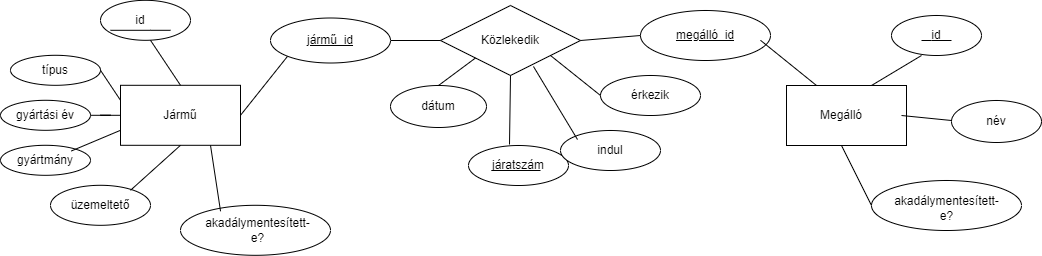
This is er_modell.png from NagyAdamA/adatbazis_proj, a draw.io export, as it was before one commit. Source tidied: cells renumbered, new cells last; positions are measured from the earlier drawing's top-left corner, leaving out a move shared by most shapes. Its diagram source:
```xml
<mxGraphModel>
  <root>
    <mxCell id="0" />
    <mxCell id="1" parent="0" />
    <mxCell id="2" style="ellipse;whiteSpace=wrap;html=1;" parent="1" vertex="1">
      <mxGeometry x="100" y="-0.2" width="90" height="40" as="geometry" />
    </mxCell>
    <mxCell id="3" style="rhombus;whiteSpace=wrap;html=1;" parent="1" vertex="1">
      <mxGeometry x="440" y="5" width="140" height="70" as="geometry" />
    </mxCell>
    <mxCell id="4" value="&lt;div&gt;Közlekedik&lt;br&gt;&lt;/div&gt;" style="text;html=1;align=center;verticalAlign=middle;whiteSpace=wrap;rounded=0;" parent="1" vertex="1">
      <mxGeometry x="480" y="25" width="60" height="30" as="geometry" />
    </mxCell>
    <mxCell id="5" style="rounded=0;whiteSpace=wrap;html=1;" parent="1" vertex="1">
      <mxGeometry x="120" y="84.8" width="120" height="60" as="geometry" />
    </mxCell>
    <mxCell id="6" style="rounded=0;whiteSpace=wrap;html=1;" parent="1" vertex="1">
      <mxGeometry x="786" y="85" width="120" height="60" as="geometry" />
    </mxCell>
    <mxCell id="7" value="Jármű" style="text;html=1;align=center;verticalAlign=middle;whiteSpace=wrap;rounded=0;" parent="1" vertex="1">
      <mxGeometry x="150" y="99.8" width="60" height="30" as="geometry" />
    </mxCell>
    <mxCell id="8" value="Megálló" style="text;html=1;align=center;verticalAlign=middle;whiteSpace=wrap;rounded=0;" parent="1" vertex="1">
      <mxGeometry x="811" y="100" width="60" height="30" as="geometry" />
    </mxCell>
    <mxCell id="9" style="endArrow=none;html=1;rounded=0;exitX=1;exitY=0.5;exitDx=0;exitDy=0;entryX=0;entryY=1;entryDx=0;entryDy=0;" parent="1" edge="1" source="5" target="49">
      <mxGeometry relative="1" as="geometry" />
    </mxCell>
    <mxCell id="10" style="ellipse;whiteSpace=wrap;html=1;" parent="1" vertex="1">
      <mxGeometry x="468" y="145" width="100" height="40" as="geometry" />
    </mxCell>
    <mxCell id="11" value="járatszám" style="text;html=1;align=center;verticalAlign=middle;whiteSpace=wrap;rounded=0;" parent="1" vertex="1">
      <mxGeometry x="488" y="150" width="60" height="30" as="geometry" />
    </mxCell>
    <mxCell id="12" value="típus" style="ellipse;whiteSpace=wrap;html=1;" parent="1" vertex="1">
      <mxGeometry x="10" y="54.8" width="90" height="30" as="geometry" />
    </mxCell>
    <mxCell id="13" value="gyártmány" style="ellipse;whiteSpace=wrap;html=1;" parent="1" vertex="1">
      <mxGeometry y="144.8" width="90" height="30" as="geometry" />
    </mxCell>
    <mxCell id="14" style="ellipse;whiteSpace=wrap;html=1;" parent="1" vertex="1">
      <mxGeometry x="50" y="184.8" width="100" height="40" as="geometry" />
    </mxCell>
    <mxCell id="15" value="üzemeltető" style="text;html=1;align=center;verticalAlign=middle;whiteSpace=wrap;rounded=0;" parent="1" vertex="1">
      <mxGeometry x="70" y="189.8" width="60" height="30" as="geometry" />
    </mxCell>
    <mxCell id="16" style="endArrow=none;html=1;rounded=0;entryX=0;entryY=0.25;entryDx=0;entryDy=0;" parent="1" edge="1" target="5">
      <mxGeometry relative="1" as="geometry">
        <mxPoint x="100" y="69.8" as="sourcePoint" />
      </mxGeometry>
    </mxCell>
    <mxCell id="17" style="endArrow=none;html=1;rounded=0;entryX=0;entryY=0.75;entryDx=0;entryDy=0;exitX=0.787;exitY=0.189;exitDx=0;exitDy=0;exitPerimeter=0;" parent="1" edge="1" source="13" target="5">
      <mxGeometry relative="1" as="geometry" />
    </mxCell>
    <mxCell id="18" style="endArrow=none;html=1;rounded=0;entryX=0.5;entryY=1;entryDx=0;entryDy=0;" parent="1" edge="1" target="5">
      <mxGeometry relative="1" as="geometry">
        <mxPoint x="130" y="189.8" as="sourcePoint" />
      </mxGeometry>
    </mxCell>
    <mxCell id="19" style="endArrow=none;html=1;rounded=0;exitX=0.5;exitY=0;exitDx=0;exitDy=0;" parent="1" edge="1" source="5">
      <mxGeometry relative="1" as="geometry">
        <mxPoint x="150" y="39.8" as="targetPoint" />
      </mxGeometry>
    </mxCell>
    <mxCell id="20" style="endArrow=none;html=1;rounded=0;" parent="1" edge="1">
      <mxGeometry relative="1" as="geometry">
        <mxPoint x="110" y="29.8" as="sourcePoint" />
        <mxPoint x="170" y="29.8" as="targetPoint" />
        <Array as="points">
          <mxPoint x="150" y="29.8" />
        </Array>
      </mxGeometry>
    </mxCell>
    <mxCell id="21" style="ellipse;whiteSpace=wrap;html=1;" parent="1" vertex="1">
      <mxGeometry x="891" y="15" width="90" height="40" as="geometry" />
    </mxCell>
    <mxCell id="22" style="ellipse;whiteSpace=wrap;html=1;" parent="1" vertex="1">
      <mxGeometry x="951" y="100" width="90" height="42" as="geometry" />
    </mxCell>
    <mxCell id="23" style="ellipse;whiteSpace=wrap;html=1;" parent="1" vertex="1">
      <mxGeometry x="871" y="180" width="150" height="50" as="geometry" />
    </mxCell>
    <mxCell id="24" value="id" style="text;html=1;align=center;verticalAlign=middle;whiteSpace=wrap;rounded=0;strokeColor=none;" parent="1" vertex="1">
      <mxGeometry x="906" y="20" width="60" height="30" as="geometry" />
    </mxCell>
    <mxCell id="25" value="név" style="text;html=1;align=center;verticalAlign=middle;whiteSpace=wrap;rounded=0;" parent="1" vertex="1">
      <mxGeometry x="966" y="106" width="60" height="30" as="geometry" />
    </mxCell>
    <mxCell id="26" value="akadálymentesített-e?" style="text;html=1;align=center;verticalAlign=middle;whiteSpace=wrap;rounded=0;" parent="1" vertex="1">
      <mxGeometry x="908.5" y="190" width="75" height="35" as="geometry" />
    </mxCell>
    <mxCell id="27" style="endArrow=none;html=1;rounded=0;exitX=0;exitY=0.5;exitDx=0;exitDy=0;entryX=0.5;entryY=1;entryDx=0;entryDy=0;" parent="1" edge="1" source="23">
      <mxGeometry relative="1" as="geometry">
        <mxPoint x="841" y="145" as="targetPoint" />
      </mxGeometry>
    </mxCell>
    <mxCell id="28" style="endArrow=none;html=1;rounded=0;exitX=0.75;exitY=0;exitDx=0;exitDy=0;" parent="1" edge="1">
      <mxGeometry relative="1" as="geometry">
        <mxPoint x="871" y="85" as="sourcePoint" />
        <mxPoint x="921" y="55" as="targetPoint" />
      </mxGeometry>
    </mxCell>
    <mxCell id="29" style="endArrow=none;html=1;rounded=0;exitX=1;exitY=0.5;exitDx=0;exitDy=0;" parent="1" edge="1">
      <mxGeometry relative="1" as="geometry">
        <mxPoint x="901" y="115" as="sourcePoint" />
        <mxPoint x="951" y="120" as="targetPoint" />
      </mxGeometry>
    </mxCell>
    <mxCell id="30" style="ellipse;whiteSpace=wrap;html=1;" parent="1" vertex="1">
      <mxGeometry x="390" y="85" width="96" height="42" as="geometry" />
    </mxCell>
    <mxCell id="31" style="ellipse;whiteSpace=wrap;html=1;" parent="1" vertex="1">
      <mxGeometry x="600" y="75" width="100" height="40" as="geometry" />
    </mxCell>
    <mxCell id="32" value="dátum" style="text;html=1;align=center;verticalAlign=middle;whiteSpace=wrap;rounded=0;" parent="1" vertex="1">
      <mxGeometry x="408" y="91" width="60" height="30" as="geometry" />
    </mxCell>
    <mxCell id="33" value="érkezik" style="text;html=1;align=center;verticalAlign=middle;whiteSpace=wrap;rounded=0;" parent="1" vertex="1">
      <mxGeometry x="620" y="80" width="60" height="30" as="geometry" />
    </mxCell>
    <mxCell id="34" style="endArrow=none;html=1;rounded=0;exitX=0.5;exitY=0;exitDx=0;exitDy=0;entryX=0;entryY=1;entryDx=0;entryDy=0;" parent="1" edge="1" source="30" target="3">
      <mxGeometry relative="1" as="geometry" />
    </mxCell>
    <mxCell id="35" style="endArrow=none;html=1;rounded=0;exitX=0;exitY=0.5;exitDx=0;exitDy=0;" parent="1" edge="1" source="31">
      <mxGeometry relative="1" as="geometry">
        <mxPoint x="550" y="55" as="targetPoint" />
      </mxGeometry>
    </mxCell>
    <mxCell id="36" style="endArrow=none;html=1;rounded=0;entryX=0.5;entryY=1;entryDx=0;entryDy=0;exitX=0.41;exitY=-0.025;exitDx=0;exitDy=0;exitPerimeter=0;" parent="1" edge="1" source="10" target="3">
      <mxGeometry relative="1" as="geometry" />
    </mxCell>
    <mxCell id="37" value="id" style="text;html=1;align=center;verticalAlign=middle;whiteSpace=wrap;rounded=0;" parent="1" vertex="1">
      <mxGeometry x="110" y="4.8" width="60" height="30" as="geometry" />
    </mxCell>
    <mxCell id="38" style="endArrow=none;html=1;rounded=0;" parent="1" edge="1">
      <mxGeometry relative="1" as="geometry">
        <mxPoint x="921" y="40" as="sourcePoint" />
        <mxPoint x="951" y="40" as="targetPoint" />
        <Array as="points">
          <mxPoint x="931" y="40" />
        </Array>
      </mxGeometry>
    </mxCell>
    <mxCell id="39" style="ellipse;whiteSpace=wrap;html=1;" parent="1" vertex="1">
      <mxGeometry x="560" y="130" width="100" height="40" as="geometry" />
    </mxCell>
    <mxCell id="40" value="indul" style="text;html=1;align=center;verticalAlign=middle;whiteSpace=wrap;rounded=0;" parent="1" vertex="1">
      <mxGeometry x="580" y="135" width="60" height="30" as="geometry" />
    </mxCell>
    <mxCell id="41" style="endArrow=none;html=1;rounded=0;exitX=0;exitY=0.5;exitDx=0;exitDy=0;entryX=0.664;entryY=0.871;entryDx=0;entryDy=0;entryPerimeter=0;" parent="1" edge="1" target="3">
      <mxGeometry relative="1" as="geometry">
        <mxPoint x="577" y="139" as="sourcePoint" />
      </mxGeometry>
    </mxCell>
    <mxCell id="42" style="ellipse;whiteSpace=wrap;html=1;" parent="1" vertex="1">
      <mxGeometry x="180" y="204.8" width="150" height="50" as="geometry" />
    </mxCell>
    <mxCell id="43" value="akadálymentesített-e?" style="text;html=1;align=center;verticalAlign=middle;whiteSpace=wrap;rounded=0;" parent="1" vertex="1">
      <mxGeometry x="220" y="212.3" width="75" height="35" as="geometry" />
    </mxCell>
    <mxCell id="44" style="endArrow=none;html=1;rounded=0;entryX=0.75;entryY=1;entryDx=0;entryDy=0;exitX=0.267;exitY=0.12;exitDx=0;exitDy=0;exitPerimeter=0;" parent="1" edge="1" source="42" target="5">
      <mxGeometry relative="1" as="geometry" />
    </mxCell>
    <mxCell id="45" style="edgeStyle=orthogonalEdgeStyle;rounded=0;jettySize=auto;html=1;entryX=0;entryY=0.5;entryDx=0;entryDy=0;endArrow=none;endFill=0;" parent="1" edge="1" source="46" target="5">
      <mxGeometry relative="1" as="geometry" />
    </mxCell>
    <mxCell id="46" value="gyártási év" style="ellipse;whiteSpace=wrap;html=1;" parent="1" vertex="1">
      <mxGeometry y="99.8" width="90" height="30" as="geometry" />
    </mxCell>
    <mxCell id="47" style="endArrow=none;html=1;rounded=0;" parent="1" edge="1">
      <mxGeometry relative="1" as="geometry">
        <mxPoint x="491" y="170" as="sourcePoint" />
        <mxPoint x="540" y="170" as="targetPoint" />
      </mxGeometry>
    </mxCell>
    <mxCell id="48" style="edgeStyle=orthogonalEdgeStyle;rounded=0;jettySize=auto;html=1;entryX=0;entryY=0.5;entryDx=0;entryDy=0;endArrow=none;endFill=0;" parent="1" edge="1" source="49" target="3">
      <mxGeometry relative="1" as="geometry" />
    </mxCell>
    <mxCell id="49" value="&lt;u&gt;jármű_id&lt;/u&gt;" style="ellipse;whiteSpace=wrap;html=1;" parent="1" vertex="1">
      <mxGeometry x="270" y="17.5" width="120" height="45" as="geometry" />
    </mxCell>
    <mxCell id="50" value="&lt;u&gt;megálló_id&lt;/u&gt;" style="ellipse;whiteSpace=wrap;html=1;" parent="1" vertex="1">
      <mxGeometry x="640" y="10" width="130" height="50" as="geometry" />
    </mxCell>
    <mxCell id="51" style="endArrow=none;html=1;rounded=0;fontSize=12;startSize=8;endSize=8;entryX=0.25;entryY=0;entryDx=0;entryDy=0;" parent="1" edge="1" target="6">
      <mxGeometry relative="1" as="geometry">
        <mxPoint x="760" y="39.8" as="sourcePoint" />
      </mxGeometry>
    </mxCell>
    <mxCell id="52" style="endArrow=none;html=1;rounded=0;fontSize=12;startSize=8;endSize=8;exitX=1;exitY=0.5;exitDx=0;exitDy=0;entryX=0;entryY=0.5;entryDx=0;entryDy=0;" parent="1" edge="1" source="3" target="50">
      <mxGeometry relative="1" as="geometry" />
    </mxCell>
  </root>
</mxGraphModel>
```
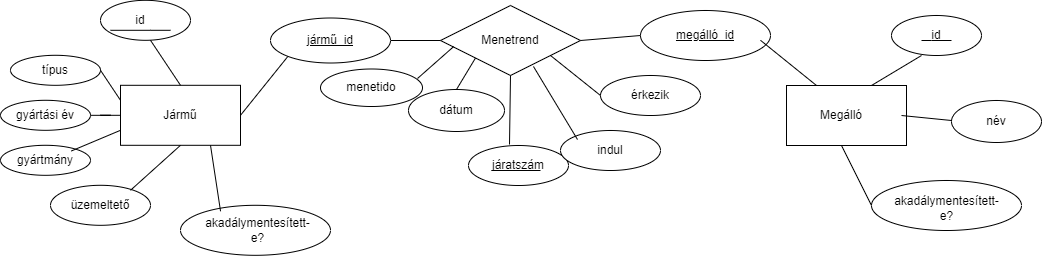
Above is the later version.

Change to the diagram source:
```diff
@@ -8,7 +8,7 @@
     <mxCell id="3" style="rhombus;whiteSpace=wrap;html=1;" parent="1" vertex="1">
       <mxGeometry x="440" y="5" width="140" height="70" as="geometry" />
     </mxCell>
-    <mxCell id="4" value="&lt;div&gt;Közlekedik&lt;br&gt;&lt;/div&gt;" style="text;html=1;align=center;verticalAlign=middle;whiteSpace=wrap;rounded=0;" parent="1" vertex="1">
+    <mxCell id="4" value="&lt;div&gt;Menetrend&lt;br&gt;&lt;/div&gt;" style="text;html=1;align=center;verticalAlign=middle;whiteSpace=wrap;rounded=0;" parent="1" vertex="1">
       <mxGeometry x="480" y="25" width="60" height="30" as="geometry" />
     </mxCell>
     <mxCell id="5" style="rounded=0;whiteSpace=wrap;html=1;" parent="1" vertex="1">
@@ -107,13 +107,13 @@
       </mxGeometry>
     </mxCell>
     <mxCell id="30" style="ellipse;whiteSpace=wrap;html=1;" parent="1" vertex="1">
-      <mxGeometry x="390" y="85" width="96" height="42" as="geometry" />
+      <mxGeometry x="408" y="89" width="96" height="42" as="geometry" />
     </mxCell>
     <mxCell id="31" style="ellipse;whiteSpace=wrap;html=1;" parent="1" vertex="1">
       <mxGeometry x="600" y="75" width="100" height="40" as="geometry" />
     </mxCell>
     <mxCell id="32" value="dátum" style="text;html=1;align=center;verticalAlign=middle;whiteSpace=wrap;rounded=0;" parent="1" vertex="1">
-      <mxGeometry x="408" y="91" width="60" height="30" as="geometry" />
+      <mxGeometry x="426" y="95" width="60" height="30" as="geometry" />
     </mxCell>
     <mxCell id="33" value="érkezik" style="text;html=1;align=center;verticalAlign=middle;whiteSpace=wrap;rounded=0;" parent="1" vertex="1">
       <mxGeometry x="620" y="80" width="60" height="30" as="geometry" />
@@ -190,5 +190,13 @@
     <mxCell id="52" style="endArrow=none;html=1;rounded=0;fontSize=12;startSize=8;endSize=8;exitX=1;exitY=0.5;exitDx=0;exitDy=0;entryX=0;entryY=0.5;entryDx=0;entryDy=0;" parent="1" edge="1" source="3" target="50">
       <mxGeometry relative="1" as="geometry" />
     </mxCell>
+    <mxCell id="53" value="menetido" style="ellipse;whiteSpace=wrap;html=1;" parent="1" vertex="1">
+      <mxGeometry x="320" y="68.5" width="102" height="37.5" as="geometry" />
+    </mxCell>
+    <mxCell id="54" style="endArrow=none;html=1;rounded=0;entryX=0.094;entryY=0.587;entryDx=0;entryDy=0;entryPerimeter=0;" parent="1" edge="1" target="3">
+      <mxGeometry relative="1" as="geometry">
+        <mxPoint x="417" y="78" as="sourcePoint" />
+      </mxGeometry>
+    </mxCell>
   </root>
 </mxGraphModel>
```
